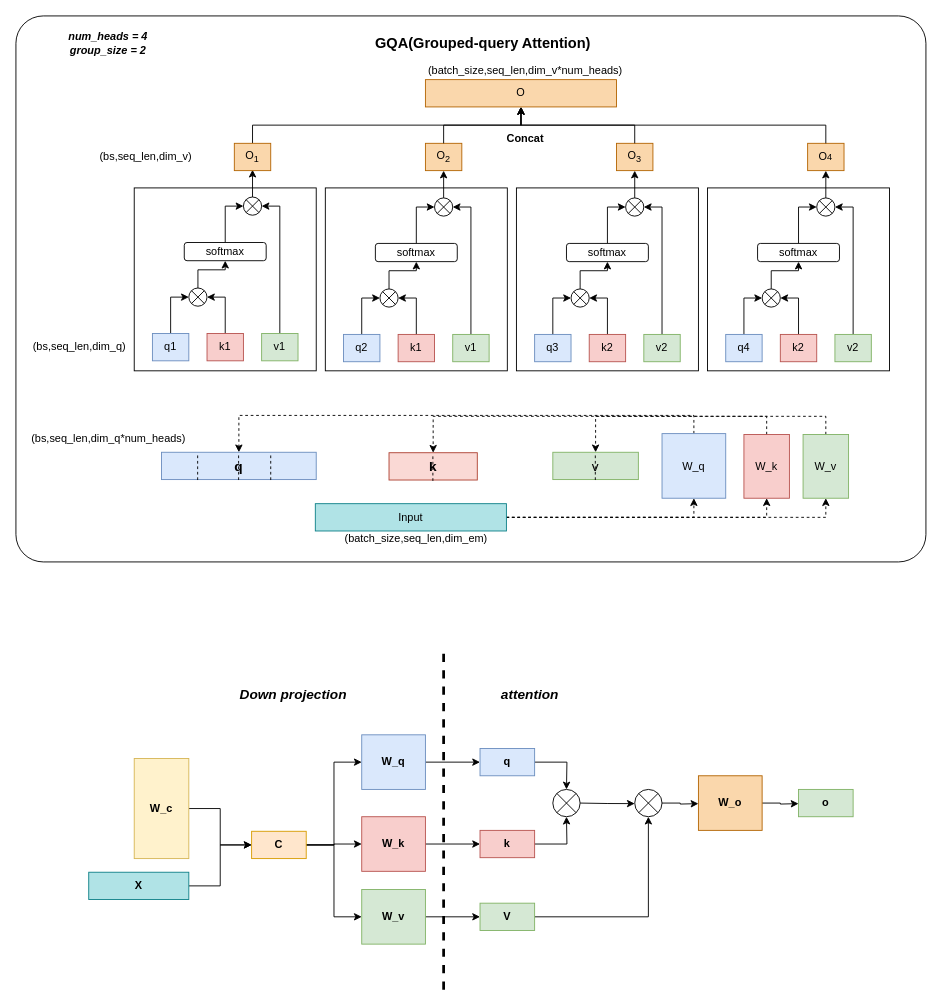
This is assets/MLA.drawio from ShizhongP/dl-notes, a draw.io file, before an edit. Source tidied: cells renumbered, new cells numbered last; positions are measured from the earlier drawing's top-left corner, leaving out a move shared by most shapes. Both pictures are drawn from the tidied source at 91%, with x=0, y=0 at pixel (15, 15).
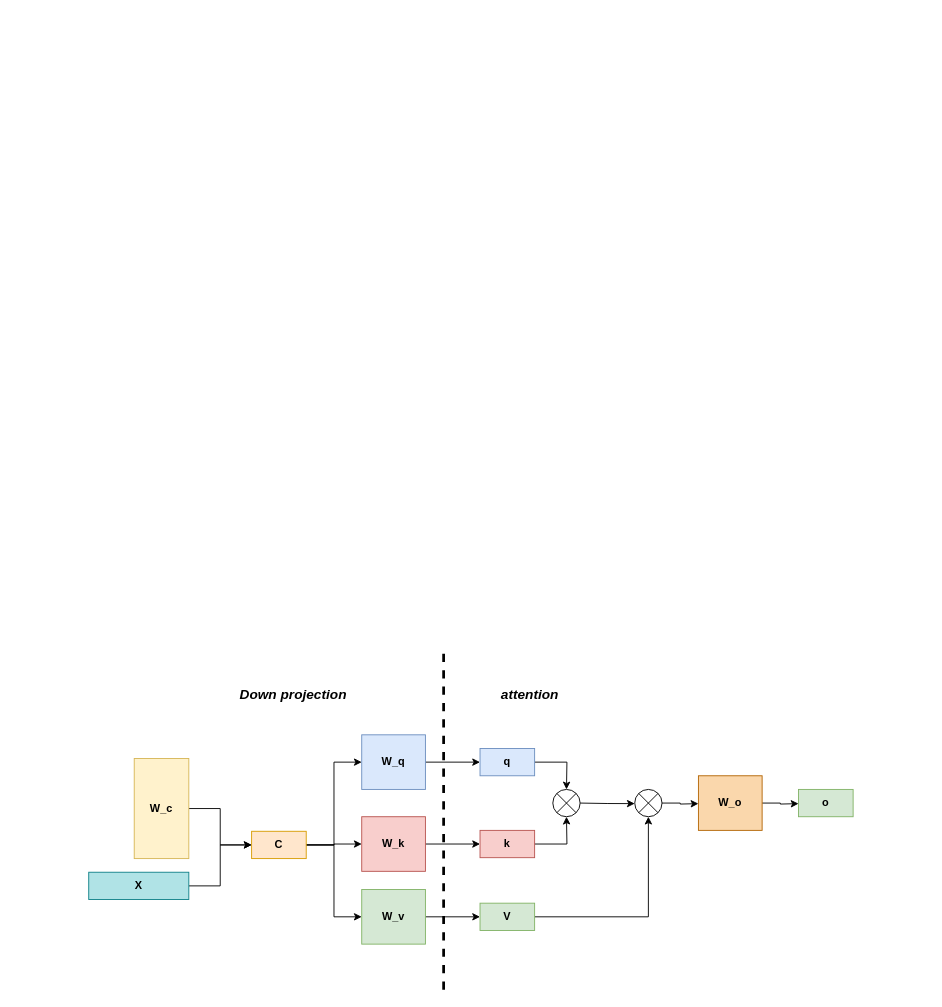
The same diagram, later.

Change to the diagram source:
```diff
@@
-    <mxCell id="2" style="group;" parent="1" vertex="1">
-      <mxGeometry width="1000" height="600" as="geometry" />
-    </mxCell>
-    <mxCell id="3" style="rounded=1;whiteSpace=wrap;html=1;arcSize=5;" parent="2" vertex="1">
-      <mxGeometry width="1000" height="600" as="geometry" />
-    </mxCell>
-    <mxCell id="4" style="rounded=0;whiteSpace=wrap;html=1;" parent="2" vertex="1">
-      <mxGeometry x="130" y="189" width="200" height="201" as="geometry" />
-    </mxCell>
-    <mxCell id="5" style="edgeStyle=orthogonalEdgeStyle;rounded=0;jettySize=auto;html=1;exitX=0.5;exitY=0;exitDx=0;exitDy=0;entryX=0.5;entryY=0;entryDx=0;entryDy=0;dashed=1;" parent="2" edge="1" source="6" target="85">
-      <mxGeometry relative="1" as="geometry" />
-    </mxCell>
-    <mxCell id="6" value="W_q" style="rounded=0;whiteSpace=wrap;html=1;fillColor=#dae8fc;strokeColor=#6c8ebf;" parent="2" vertex="1">
-      <mxGeometry x="710" y="459" width="70" height="71" as="geometry" />
-    </mxCell>
-    <mxCell id="7" style="edgeStyle=orthogonalEdgeStyle;rounded=0;jettySize=auto;html=1;exitX=0.5;exitY=0;exitDx=0;exitDy=0;entryX=0.5;entryY=0;entryDx=0;entryDy=0;dashed=1;" parent="2" edge="1" source="8" target="86">
-      <mxGeometry relative="1" as="geometry" />
-    </mxCell>
-    <mxCell id="8" value="W_k" style="rounded=0;whiteSpace=wrap;html=1;fillColor=#f8cecc;strokeColor=#b85450;" parent="2" vertex="1">
-      <mxGeometry x="800" y="460" width="50" height="70" as="geometry" />
-    </mxCell>
-    <mxCell id="9" style="edgeStyle=orthogonalEdgeStyle;rounded=0;jettySize=auto;html=1;exitX=0.5;exitY=0;exitDx=0;exitDy=0;entryX=0.5;entryY=0;entryDx=0;entryDy=0;dashed=1;" parent="2" edge="1" source="10" target="87">
-      <mxGeometry relative="1" as="geometry" />
-    </mxCell>
-    <mxCell id="10" value="W_v" style="rounded=0;whiteSpace=wrap;html=1;fillColor=#d5e8d4;strokeColor=#82b366;" parent="2" vertex="1">
-      <mxGeometry x="865" y="460" width="50" height="70" as="geometry" />
-    </mxCell>
-    <mxCell id="11" style="edgeStyle=orthogonalEdgeStyle;rounded=0;jettySize=auto;html=1;exitX=0.5;exitY=0;exitDx=0;exitDy=0;entryX=0;entryY=0.5;entryDx=0;entryDy=0;" parent="2" edge="1" source="12" target="19">
-      <mxGeometry relative="1" as="geometry" />
-    </mxCell>
-    <mxCell id="12" value="q1" style="rounded=0;whiteSpace=wrap;html=1;fillColor=#dae8fc;strokeColor=#6c8ebf;" parent="2" vertex="1">
-      <mxGeometry x="150" y="349" width="40" height="30" as="geometry" />
-    </mxCell>
-    <mxCell id="13" style="edgeStyle=orthogonalEdgeStyle;rounded=0;jettySize=auto;html=1;exitX=0.5;exitY=0;exitDx=0;exitDy=0;entryX=1;entryY=0.5;entryDx=0;entryDy=0;" parent="2" edge="1" source="14" target="19">
-      <mxGeometry relative="1" as="geometry" />
-    </mxCell>
-    <mxCell id="14" value="k1" style="rounded=0;whiteSpace=wrap;html=1;fillColor=#f8cecc;strokeColor=#b85450;" parent="2" vertex="1">
-      <mxGeometry x="210" y="349" width="40" height="30" as="geometry" />
-    </mxCell>
-    <mxCell id="15" style="edgeStyle=orthogonalEdgeStyle;rounded=0;jettySize=auto;html=1;exitX=0.5;exitY=0;exitDx=0;exitDy=0;entryX=1;entryY=0.5;entryDx=0;entryDy=0;" parent="2" edge="1" source="16" target="23">
-      <mxGeometry relative="1" as="geometry" />
-    </mxCell>
-    <mxCell id="16" value="v1" style="rounded=0;whiteSpace=wrap;html=1;fillColor=#d5e8d4;strokeColor=#82b366;" parent="2" vertex="1">
-      <mxGeometry x="270" y="349" width="40" height="30" as="geometry" />
-    </mxCell>
-    <mxCell id="17" value="(batch_size,seq_len,dim_em)" style="text;html=1;align=center;verticalAlign=middle;whiteSpace=wrap;rounded=0;" parent="2" vertex="1">
-      <mxGeometry x="410" y="560" width="60" height="30" as="geometry" />
-    </mxCell>
-    <mxCell id="18" style="edgeStyle=orthogonalEdgeStyle;rounded=0;jettySize=auto;html=1;exitX=0.5;exitY=0;exitDx=0;exitDy=0;" parent="2" edge="1" source="19" target="21">
-      <mxGeometry relative="1" as="geometry" />
-    </mxCell>
-    <mxCell id="19" style="shape=sumEllipse;perimeter=ellipsePerimeter;whiteSpace=wrap;html=1;backgroundOutline=1;" parent="2" vertex="1">
-      <mxGeometry x="190" y="299" width="20" height="20" as="geometry" />
-    </mxCell>
-    <mxCell id="20" style="edgeStyle=orthogonalEdgeStyle;rounded=0;jettySize=auto;html=1;exitX=0.5;exitY=0;exitDx=0;exitDy=0;entryX=0;entryY=0.5;entryDx=0;entryDy=0;" parent="2" edge="1" source="21" target="23">
-      <mxGeometry relative="1" as="geometry" />
-    </mxCell>
-    <mxCell id="21" value="softmax" style="rounded=1;whiteSpace=wrap;html=1;" parent="2" vertex="1">
-      <mxGeometry x="185" y="249" width="90" height="20" as="geometry" />
-    </mxCell>
-    <mxCell id="22" style="edgeStyle=orthogonalEdgeStyle;rounded=0;jettySize=auto;html=1;exitX=0.5;exitY=0;exitDx=0;exitDy=0;" parent="2" edge="1" source="23">
-      <mxGeometry relative="1" as="geometry">
-        <mxPoint x="260" y="169" as="targetPoint" />
-      </mxGeometry>
-    </mxCell>
-    <mxCell id="23" style="shape=sumEllipse;perimeter=ellipsePerimeter;whiteSpace=wrap;html=1;backgroundOutline=1;" parent="2" vertex="1">
-      <mxGeometry x="250" y="199" width="20" height="20" as="geometry" />
-    </mxCell>
-    <mxCell id="24" style="edgeStyle=orthogonalEdgeStyle;rounded=0;jettySize=auto;html=1;exitX=0.5;exitY=0;exitDx=0;exitDy=0;entryX=0.5;entryY=1;entryDx=0;entryDy=0;" parent="2" edge="1" source="25" target="56">
-      <mxGeometry relative="1" as="geometry" />
-    </mxCell>
-    <mxCell id="25" value="O&lt;sub&gt;1&lt;/sub&gt;" style="rounded=0;whiteSpace=wrap;html=1;fillColor=#fad7ac;strokeColor=#b46504;" parent="2" vertex="1">
-      <mxGeometry x="240" y="140" width="40" height="30" as="geometry" />
-    </mxCell>
-    <mxCell id="26" style="group;" parent="2" vertex="1">
-      <mxGeometry x="340" y="140" width="200" height="300" as="geometry" />
-    </mxCell>
-    <mxCell id="27" style="rounded=0;whiteSpace=wrap;html=1;" parent="26" vertex="1">
-      <mxGeometry y="49" width="200" height="201" as="geometry" />
-    </mxCell>
-    <mxCell id="28" style="edgeStyle=orthogonalEdgeStyle;rounded=0;jettySize=auto;html=1;exitX=0.5;exitY=0;exitDx=0;exitDy=0;entryX=0;entryY=0.5;entryDx=0;entryDy=0;" parent="26" edge="1" source="29" target="35">
-      <mxGeometry relative="1" as="geometry" />
-    </mxCell>
-    <mxCell id="29" value="q2" style="rounded=0;whiteSpace=wrap;html=1;fillColor=#dae8fc;strokeColor=#6c8ebf;" parent="26" vertex="1">
-      <mxGeometry x="20" y="210" width="40" height="30" as="geometry" />
-    </mxCell>
-    <mxCell id="30" style="edgeStyle=orthogonalEdgeStyle;rounded=0;jettySize=auto;html=1;exitX=0.5;exitY=0;exitDx=0;exitDy=0;entryX=1;entryY=0.5;entryDx=0;entryDy=0;" parent="26" edge="1" source="31" target="35">
-      <mxGeometry relative="1" as="geometry" />
-    </mxCell>
-    <mxCell id="31" value="k1" style="rounded=0;whiteSpace=wrap;html=1;fillColor=#f8cecc;strokeColor=#b85450;" parent="26" vertex="1">
-      <mxGeometry x="80" y="210" width="40" height="30" as="geometry" />
-    </mxCell>
-    <mxCell id="32" style="edgeStyle=orthogonalEdgeStyle;rounded=0;jettySize=auto;html=1;exitX=0.5;exitY=0;exitDx=0;exitDy=0;entryX=1;entryY=0.5;entryDx=0;entryDy=0;" parent="26" edge="1" source="33" target="39">
-      <mxGeometry relative="1" as="geometry" />
-    </mxCell>
-    <mxCell id="33" value="v1" style="rounded=0;whiteSpace=wrap;html=1;fillColor=#d5e8d4;strokeColor=#82b366;" parent="26" vertex="1">
-      <mxGeometry x="140" y="210" width="40" height="30" as="geometry" />
-    </mxCell>
-    <mxCell id="34" style="edgeStyle=orthogonalEdgeStyle;rounded=0;jettySize=auto;html=1;exitX=0.5;exitY=0;exitDx=0;exitDy=0;" parent="26" edge="1" source="35" target="37">
-      <mxGeometry relative="1" as="geometry" />
-    </mxCell>
-    <mxCell id="35" style="shape=sumEllipse;perimeter=ellipsePerimeter;whiteSpace=wrap;html=1;backgroundOutline=1;" parent="26" vertex="1">
-      <mxGeometry x="60" y="160" width="20" height="20" as="geometry" />
-    </mxCell>
-    <mxCell id="36" style="edgeStyle=orthogonalEdgeStyle;rounded=0;jettySize=auto;html=1;exitX=0.5;exitY=0;exitDx=0;exitDy=0;entryX=0;entryY=0.5;entryDx=0;entryDy=0;" parent="26" edge="1" source="37" target="39">
-      <mxGeometry relative="1" as="geometry" />
-    </mxCell>
-    <mxCell id="37" value="softmax" style="rounded=1;whiteSpace=wrap;html=1;" parent="26" vertex="1">
-      <mxGeometry x="55" y="110" width="90" height="20" as="geometry" />
-    </mxCell>
-    <mxCell id="38" style="edgeStyle=orthogonalEdgeStyle;rounded=0;jettySize=auto;html=1;exitX=0.5;exitY=0;exitDx=0;exitDy=0;" parent="26" edge="1" source="39">
-      <mxGeometry relative="1" as="geometry">
-        <mxPoint x="130" y="30" as="targetPoint" />
-      </mxGeometry>
-    </mxCell>
-    <mxCell id="39" style="shape=sumEllipse;perimeter=ellipsePerimeter;whiteSpace=wrap;html=1;backgroundOutline=1;" parent="26" vertex="1">
-      <mxGeometry x="120" y="60" width="20" height="20" as="geometry" />
-    </mxCell>
-    <mxCell id="40" value="O&lt;sub&gt;2&lt;/sub&gt;" style="rounded=0;whiteSpace=wrap;html=1;fillColor=#fad7ac;strokeColor=#b46504;" parent="26" vertex="1">
-      <mxGeometry x="110" width="40" height="30" as="geometry" />
-    </mxCell>
-    <mxCell id="41" style="group;" parent="2" vertex="1">
-      <mxGeometry x="550" y="140" width="200" height="300" as="geometry" />
-    </mxCell>
-    <mxCell id="42" style="rounded=0;whiteSpace=wrap;html=1;" parent="41" vertex="1">
-      <mxGeometry y="49" width="200" height="201" as="geometry" />
-    </mxCell>
-    <mxCell id="43" style="edgeStyle=orthogonalEdgeStyle;rounded=0;jettySize=auto;html=1;exitX=0.5;exitY=0;exitDx=0;exitDy=0;entryX=0;entryY=0.5;entryDx=0;entryDy=0;" parent="41" edge="1" source="44" target="50">
-      <mxGeometry relative="1" as="geometry" />
-    </mxCell>
-    <mxCell id="44" value="q3" style="rounded=0;whiteSpace=wrap;html=1;fillColor=#dae8fc;strokeColor=#6c8ebf;" parent="41" vertex="1">
-      <mxGeometry x="20" y="210" width="40" height="30" as="geometry" />
-    </mxCell>
-    <mxCell id="45" style="edgeStyle=orthogonalEdgeStyle;rounded=0;jettySize=auto;html=1;exitX=0.5;exitY=0;exitDx=0;exitDy=0;entryX=1;entryY=0.5;entryDx=0;entryDy=0;" parent="41" edge="1" source="46" target="50">
-      <mxGeometry relative="1" as="geometry" />
-    </mxCell>
-    <mxCell id="46" value="k2" style="rounded=0;whiteSpace=wrap;html=1;fillColor=#f8cecc;strokeColor=#b85450;" parent="41" vertex="1">
-      <mxGeometry x="80" y="210" width="40" height="30" as="geometry" />
-    </mxCell>
-    <mxCell id="47" style="edgeStyle=orthogonalEdgeStyle;rounded=0;jettySize=auto;html=1;exitX=0.5;exitY=0;exitDx=0;exitDy=0;entryX=1;entryY=0.5;entryDx=0;entryDy=0;" parent="41" edge="1" source="48" target="54">
-      <mxGeometry relative="1" as="geometry" />
-    </mxCell>
-    <mxCell id="48" value="v2" style="rounded=0;whiteSpace=wrap;html=1;fillColor=#d5e8d4;strokeColor=#82b366;" parent="41" vertex="1">
-      <mxGeometry x="140" y="210" width="40" height="30" as="geometry" />
-    </mxCell>
-    <mxCell id="49" style="edgeStyle=orthogonalEdgeStyle;rounded=0;jettySize=auto;html=1;exitX=0.5;exitY=0;exitDx=0;exitDy=0;" parent="41" edge="1" source="50" target="52">
-      <mxGeometry relative="1" as="geometry" />
-    </mxCell>
-    <mxCell id="50" style="shape=sumEllipse;perimeter=ellipsePerimeter;whiteSpace=wrap;html=1;backgroundOutline=1;" parent="41" vertex="1">
-      <mxGeometry x="60" y="160" width="20" height="20" as="geometry" />
-    </mxCell>
-    <mxCell id="51" style="edgeStyle=orthogonalEdgeStyle;rounded=0;jettySize=auto;html=1;exitX=0.5;exitY=0;exitDx=0;exitDy=0;entryX=0;entryY=0.5;entryDx=0;entryDy=0;" parent="41" edge="1" source="52" target="54">
-      <mxGeometry relative="1" as="geometry" />
-    </mxCell>
-    <mxCell id="52" value="softmax" style="rounded=1;whiteSpace=wrap;html=1;" parent="41" vertex="1">
-      <mxGeometry x="55" y="110" width="90" height="20" as="geometry" />
-    </mxCell>
-    <mxCell id="53" style="edgeStyle=orthogonalEdgeStyle;rounded=0;jettySize=auto;html=1;exitX=0.5;exitY=0;exitDx=0;exitDy=0;" parent="41" edge="1" source="54">
-      <mxGeometry relative="1" as="geometry">
-        <mxPoint x="130" y="30" as="targetPoint" />
-      </mxGeometry>
-    </mxCell>
-    <mxCell id="54" style="shape=sumEllipse;perimeter=ellipsePerimeter;whiteSpace=wrap;html=1;backgroundOutline=1;" parent="41" vertex="1">
-      <mxGeometry x="120" y="60" width="20" height="20" as="geometry" />
-    </mxCell>
-    <mxCell id="55" value="O&lt;sub&gt;3&lt;/sub&gt;" style="rounded=0;whiteSpace=wrap;html=1;fillColor=#fad7ac;strokeColor=#b46504;" parent="41" vertex="1">
-      <mxGeometry x="110" width="40" height="30" as="geometry" />
-    </mxCell>
-    <mxCell id="56" value="O" style="rounded=0;whiteSpace=wrap;html=1;fillColor=#fad7ac;strokeColor=#b46504;" parent="2" vertex="1">
-      <mxGeometry x="450" y="70" width="210" height="30" as="geometry" />
-    </mxCell>
-    <mxCell id="57" style="group;" parent="2" vertex="1">
-      <mxGeometry x="760" y="140" width="200" height="300" as="geometry" />
-    </mxCell>
-    <mxCell id="58" style="rounded=0;whiteSpace=wrap;html=1;" parent="57" vertex="1">
-      <mxGeometry y="49" width="200" height="201" as="geometry" />
-    </mxCell>
-    <mxCell id="59" style="edgeStyle=orthogonalEdgeStyle;rounded=0;jettySize=auto;html=1;exitX=0.5;exitY=0;exitDx=0;exitDy=0;entryX=0;entryY=0.5;entryDx=0;entryDy=0;" parent="57" edge="1" source="60" target="66">
-      <mxGeometry relative="1" as="geometry" />
-    </mxCell>
-    <mxCell id="60" value="q4" style="rounded=0;whiteSpace=wrap;html=1;fillColor=#dae8fc;strokeColor=#6c8ebf;" parent="57" vertex="1">
-      <mxGeometry x="20" y="210" width="40" height="30" as="geometry" />
-    </mxCell>
-    <mxCell id="61" style="edgeStyle=orthogonalEdgeStyle;rounded=0;jettySize=auto;html=1;exitX=0.5;exitY=0;exitDx=0;exitDy=0;entryX=1;entryY=0.5;entryDx=0;entryDy=0;" parent="57" edge="1" source="62" target="66">
-      <mxGeometry relative="1" as="geometry" />
-    </mxCell>
-    <mxCell id="62" value="k2" style="rounded=0;whiteSpace=wrap;html=1;fillColor=#f8cecc;strokeColor=#b85450;" parent="57" vertex="1">
-      <mxGeometry x="80" y="210" width="40" height="30" as="geometry" />
-    </mxCell>
-    <mxCell id="63" style="edgeStyle=orthogonalEdgeStyle;rounded=0;jettySize=auto;html=1;exitX=0.5;exitY=0;exitDx=0;exitDy=0;entryX=1;entryY=0.5;entryDx=0;entryDy=0;" parent="57" edge="1" source="64" target="70">
-      <mxGeometry relative="1" as="geometry" />
-    </mxCell>
-    <mxCell id="64" value="v2" style="rounded=0;whiteSpace=wrap;html=1;fillColor=#d5e8d4;strokeColor=#82b366;" parent="57" vertex="1">
-      <mxGeometry x="140" y="210" width="40" height="30" as="geometry" />
-    </mxCell>
-    <mxCell id="65" style="edgeStyle=orthogonalEdgeStyle;rounded=0;jettySize=auto;html=1;exitX=0.5;exitY=0;exitDx=0;exitDy=0;" parent="57" edge="1" source="66" target="68">
-      <mxGeometry relative="1" as="geometry" />
-    </mxCell>
-    <mxCell id="66" style="shape=sumEllipse;perimeter=ellipsePerimeter;whiteSpace=wrap;html=1;backgroundOutline=1;" parent="57" vertex="1">
-      <mxGeometry x="60" y="160" width="20" height="20" as="geometry" />
-    </mxCell>
-    <mxCell id="67" style="edgeStyle=orthogonalEdgeStyle;rounded=0;jettySize=auto;html=1;exitX=0.5;exitY=0;exitDx=0;exitDy=0;entryX=0;entryY=0.5;entryDx=0;entryDy=0;" parent="57" edge="1" source="68" target="70">
-      <mxGeometry relative="1" as="geometry" />
-    </mxCell>
-    <mxCell id="68" value="softmax" style="rounded=1;whiteSpace=wrap;html=1;" parent="57" vertex="1">
-      <mxGeometry x="55" y="110" width="90" height="20" as="geometry" />
-    </mxCell>
-    <mxCell id="69" style="edgeStyle=orthogonalEdgeStyle;rounded=0;jettySize=auto;html=1;exitX=0.5;exitY=0;exitDx=0;exitDy=0;" parent="57" edge="1" source="70">
-      <mxGeometry relative="1" as="geometry">
-        <mxPoint x="130" y="30" as="targetPoint" />
-      </mxGeometry>
-    </mxCell>
-    <mxCell id="70" style="shape=sumEllipse;perimeter=ellipsePerimeter;whiteSpace=wrap;html=1;backgroundOutline=1;" parent="57" vertex="1">
-      <mxGeometry x="120" y="60" width="20" height="20" as="geometry" />
-    </mxCell>
-    <mxCell id="71" value="O&lt;span style=&quot;font-size: 10px;&quot;&gt;4&lt;/span&gt;" style="rounded=0;whiteSpace=wrap;html=1;fillColor=#fad7ac;strokeColor=#b46504;" parent="57" vertex="1">
-      <mxGeometry x="110" width="40" height="30" as="geometry" />
-    </mxCell>
-    <mxCell id="72" style="edgeStyle=orthogonalEdgeStyle;rounded=0;jettySize=auto;html=1;exitX=1;exitY=0.5;exitDx=0;exitDy=0;entryX=0.5;entryY=1;entryDx=0;entryDy=0;dashed=1;" parent="2" edge="1" source="75" target="8">
-      <mxGeometry relative="1" as="geometry" />
-    </mxCell>
-    <mxCell id="73" style="edgeStyle=orthogonalEdgeStyle;rounded=0;jettySize=auto;html=1;exitX=1;exitY=0.5;exitDx=0;exitDy=0;dashed=1;" parent="2" edge="1" source="75" target="10">
-      <mxGeometry relative="1" as="geometry" />
-    </mxCell>
-    <mxCell id="74" style="edgeStyle=orthogonalEdgeStyle;rounded=0;jettySize=auto;html=1;exitX=1;exitY=0.5;exitDx=0;exitDy=0;dashed=1;" parent="2" edge="1" source="75" target="6">
-      <mxGeometry relative="1" as="geometry" />
-    </mxCell>
-    <mxCell id="75" value="Input" style="rounded=0;whiteSpace=wrap;html=1;fillColor=#b0e3e6;strokeColor=#0e8088;" parent="2" vertex="1">
-      <mxGeometry x="329" y="536" width="210" height="30" as="geometry" />
-    </mxCell>
-    <mxCell id="76" value="&lt;div&gt;&lt;b&gt;&lt;i&gt;num_heads = 4&lt;/i&gt;&lt;/b&gt;&lt;/div&gt;&lt;div&gt;&lt;b&gt;&lt;i&gt;group_size = 2&lt;/i&gt;&lt;/b&gt;&lt;/div&gt;" style="text;html=1;align=center;verticalAlign=middle;whiteSpace=wrap;rounded=0;" parent="2" vertex="1">
-      <mxGeometry x="18.8" y="15" width="165" height="30" as="geometry" />
-    </mxCell>
-    <mxCell id="77" value="(bs,seq_len,dim_q)" style="text;html=1;align=center;verticalAlign=middle;whiteSpace=wrap;rounded=0;" parent="2" vertex="1">
-      <mxGeometry x="40" y="349" width="60" height="30" as="geometry" />
-    </mxCell>
-    <mxCell id="78" value="(bs,seq_len,dim_v)" style="text;html=1;align=center;verticalAlign=middle;whiteSpace=wrap;rounded=0;" parent="2" vertex="1">
-      <mxGeometry x="82.5" y="140" width="120" height="30" as="geometry" />
-    </mxCell>
-    <mxCell id="79" value="(batch_size,seq_len,dim_v*num_heads)" style="text;html=1;align=center;verticalAlign=middle;whiteSpace=wrap;rounded=0;" parent="2" vertex="1">
-      <mxGeometry x="530" y="45" width="60" height="30" as="geometry" />
-    </mxCell>
-    <mxCell id="80" value="&lt;b&gt;&lt;font style=&quot;font-size: 16px;&quot;&gt;GQA(Grouped-query Attention)&lt;/font&gt;&lt;/b&gt;" style="text;html=1;align=center;verticalAlign=middle;whiteSpace=wrap;rounded=0;" parent="2" vertex="1">
-      <mxGeometry x="387" y="15" width="253" height="30" as="geometry" />
-    </mxCell>
-    <mxCell id="81" style="edgeStyle=orthogonalEdgeStyle;rounded=0;jettySize=auto;html=1;exitX=0.5;exitY=0;exitDx=0;exitDy=0;entryX=0.5;entryY=1;entryDx=0;entryDy=0;" parent="2" edge="1" source="40" target="56">
-      <mxGeometry relative="1" as="geometry" />
-    </mxCell>
-    <mxCell id="82" style="edgeStyle=orthogonalEdgeStyle;rounded=0;jettySize=auto;html=1;" parent="2" edge="1" source="55" target="56">
-      <mxGeometry relative="1" as="geometry" />
-    </mxCell>
-    <mxCell id="83" style="edgeStyle=orthogonalEdgeStyle;rounded=0;jettySize=auto;html=1;exitX=0.5;exitY=0;exitDx=0;exitDy=0;entryX=0.5;entryY=1;entryDx=0;entryDy=0;" parent="2" edge="1" source="71" target="56">
-      <mxGeometry relative="1" as="geometry" />
-    </mxCell>
-    <mxCell id="84" value="Concat" style="text;html=1;align=center;verticalAlign=middle;whiteSpace=wrap;rounded=0;fontStyle=1;" parent="2" vertex="1">
-      <mxGeometry x="530" y="120" width="60" height="30" as="geometry" />
-    </mxCell>
-    <mxCell id="85" value="&lt;b&gt;&lt;font style=&quot;font-size: 15px;&quot;&gt;q&lt;/font&gt;&lt;/b&gt;" style="rounded=0;whiteSpace=wrap;html=1;fillColor=#dae8fc;strokeColor=#6c8ebf;" parent="2" vertex="1">
-      <mxGeometry x="160" y="479.5" width="170" height="30" as="geometry" />
-    </mxCell>
-    <mxCell id="86" value="&lt;b&gt;&lt;font style=&quot;font-size: 15px;&quot;&gt;k&lt;/font&gt;&lt;/b&gt;" style="rounded=0;whiteSpace=wrap;html=1;fillColor=#fad9d5;strokeColor=#ae4132;" parent="2" vertex="1">
-      <mxGeometry x="410" y="480" width="97" height="30" as="geometry" />
-    </mxCell>
-    <mxCell id="87" value="&lt;font style=&quot;font-size: 15px;&quot;&gt;v&lt;/font&gt;" style="rounded=0;whiteSpace=wrap;html=1;fillColor=#d5e8d4;strokeColor=#82b366;" parent="2" vertex="1">
-      <mxGeometry x="590" y="479.5" width="94" height="30" as="geometry" />
-    </mxCell>
-    <mxCell id="88" value="(bs,seq_len,dim_q*num_heads)" style="text;html=1;align=center;verticalAlign=middle;whiteSpace=wrap;rounded=0;" parent="2" vertex="1">
-      <mxGeometry x="32.5" y="450" width="137.5" height="30" as="geometry" />
-    </mxCell>
-    <mxCell id="89" style="endArrow=none;html=1;rounded=0;dashed=1;" parent="2" edge="1">
-      <mxGeometry relative="1" as="geometry">
-        <mxPoint x="244.7" y="510" as="sourcePoint" />
-        <mxPoint x="244.7" y="480" as="targetPoint" />
-      </mxGeometry>
-    </mxCell>
-    <mxCell id="90" style="endArrow=none;html=1;rounded=0;dashed=1;" parent="2" edge="1">
-      <mxGeometry relative="1" as="geometry">
-        <mxPoint x="199.7" y="510" as="sourcePoint" />
-        <mxPoint x="199.7" y="480" as="targetPoint" />
-      </mxGeometry>
-    </mxCell>
-    <mxCell id="91" style="endArrow=none;html=1;rounded=0;dashed=1;" parent="2" edge="1">
-      <mxGeometry relative="1" as="geometry">
-        <mxPoint x="280" y="510" as="sourcePoint" />
-        <mxPoint x="280" y="480" as="targetPoint" />
-      </mxGeometry>
-    </mxCell>
-    <mxCell id="92" style="endArrow=none;html=1;rounded=0;dashed=1;" parent="2" edge="1">
-      <mxGeometry relative="1" as="geometry">
-        <mxPoint x="458.2" y="511" as="sourcePoint" />
-        <mxPoint x="458.2" y="481" as="targetPoint" />
-      </mxGeometry>
-    </mxCell>
-    <mxCell id="93" style="endArrow=none;html=1;rounded=0;dashed=1;" parent="2" edge="1">
-      <mxGeometry relative="1" as="geometry">
-        <mxPoint x="636.7" y="510" as="sourcePoint" />
-        <mxPoint x="636.7" y="480" as="targetPoint" />
-      </mxGeometry>
-    </mxCell>
```
